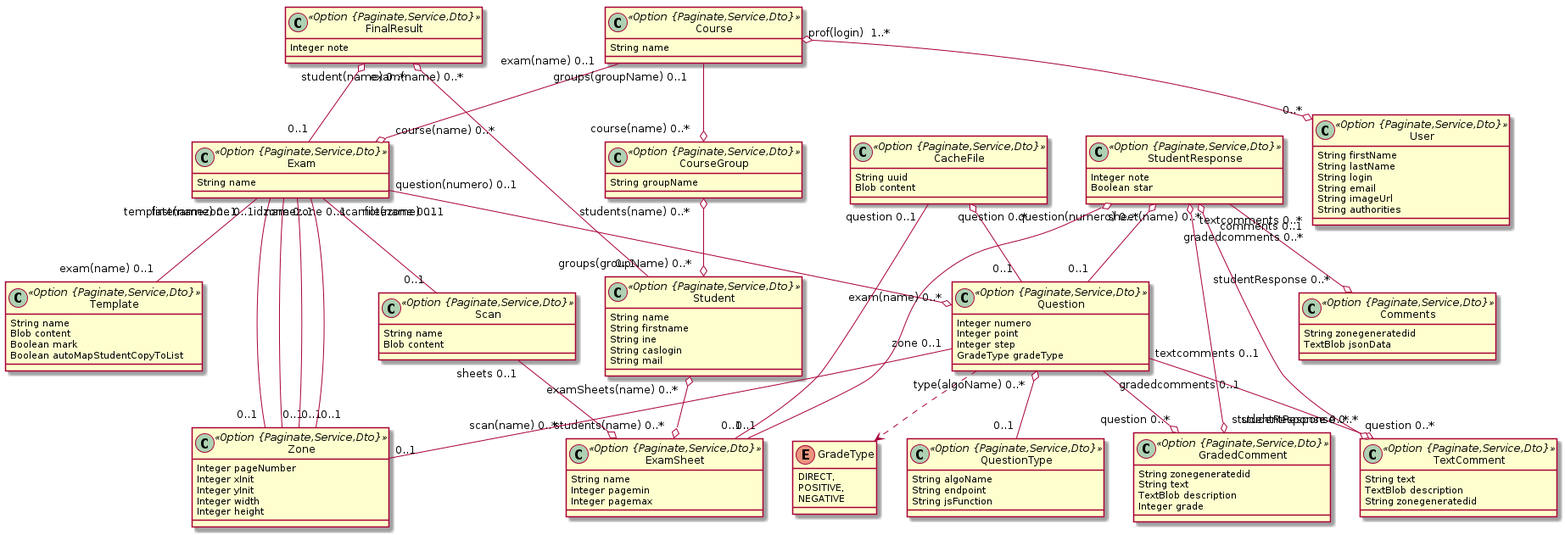
Above: model.png in correctexam/corrigeExamBack (PlantUML), before the change.
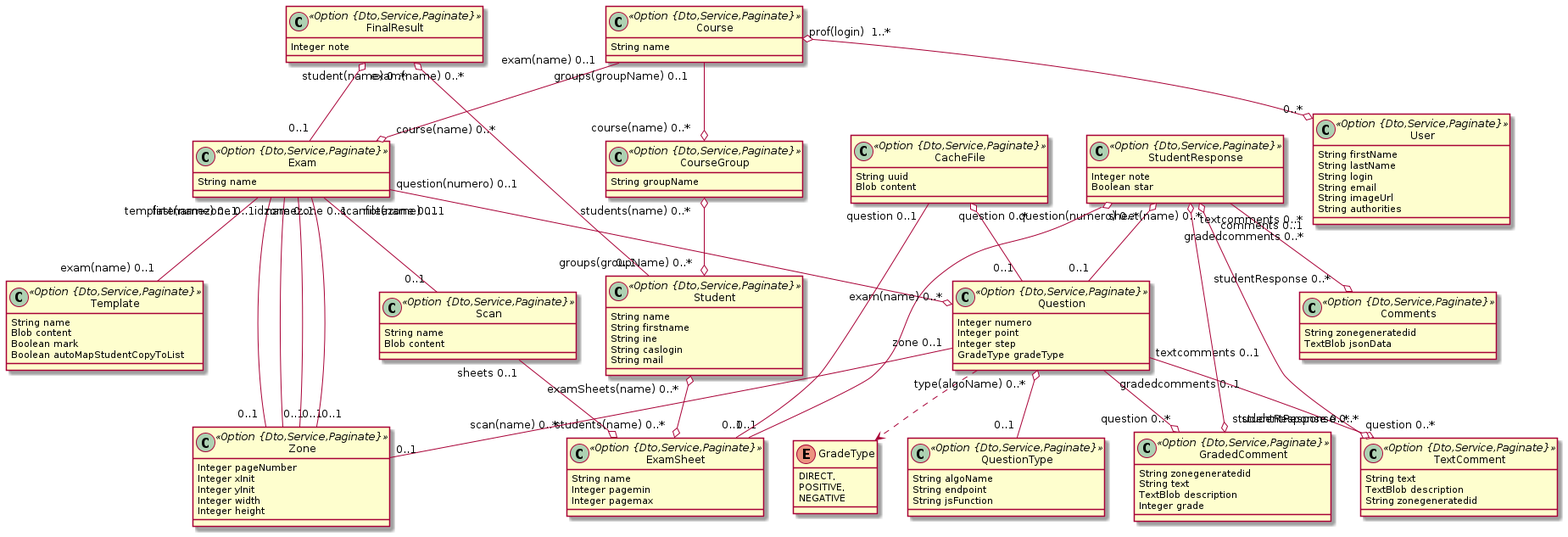
Above is the later version.

Change to the diagram source:
```diff
@@ -1,28 +1,28 @@
 @startuml
 	!pragma syntax class
-	class Course <<Option {Paginate,Service,Dto}>> {
+	class Course <<Option {Dto,Service,Paginate}>> {
 		String name
 	}
-	class CourseGroup <<Option {Paginate,Service,Dto}>> {
+	class CourseGroup <<Option {Dto,Service,Paginate}>> {
 		String groupName
 	}
-	class Student <<Option {Paginate,Service,Dto}>> {
+	class Student <<Option {Dto,Service,Paginate}>> {
 		String name
 		String firstname
 		String ine
 		String caslogin
 		String mail
 	}
-	class Exam <<Option {Paginate,Service,Dto}>> {
+	class Exam <<Option {Dto,Service,Paginate}>> {
 		String name
 	}
-	class Template <<Option {Paginate,Service,Dto}>> {
+	class Template <<Option {Dto,Service,Paginate}>> {
 		String name
 		Blob content
 		Boolean mark
 		Boolean autoMapStudentCopyToList
 	}
-	class Question <<Option {Paginate,Service,Dto}>> {
+	class Question <<Option {Dto,Service,Paginate}>> {
 		Integer numero
 		Integer point
 		Integer step
@@ -34,50 +34,50 @@
 		POSITIVE,
 		NEGATIVE
 	}
-	class QuestionType <<Option {Paginate,Service,Dto}>> {
+	class QuestionType <<Option {Dto,Service,Paginate}>> {
 		String algoName
 		String endpoint
 		String jsFunction
 	}
-	class ExamSheet <<Option {Paginate,Service,Dto}>> {
+	class ExamSheet <<Option {Dto,Service,Paginate}>> {
 		String name
 		Integer pagemin
 		Integer pagemax
 	}
-	class Scan <<Option {Paginate,Service,Dto}>> {
+	class Scan <<Option {Dto,Service,Paginate}>> {
 		String name
 		Blob content
 	}
-	class FinalResult <<Option {Paginate,Service,Dto}>> {
+	class FinalResult <<Option {Dto,Service,Paginate}>> {
 		Integer note
 	}
-	class StudentResponse <<Option {Paginate,Service,Dto}>> {
+	class StudentResponse <<Option {Dto,Service,Paginate}>> {
 		Integer note
 		Boolean star
 	}
-	class TextComment <<Option {Paginate,Service,Dto}>> {
+	class TextComment <<Option {Dto,Service,Paginate}>> {
 		String text
 		TextBlob description
 		String zonegeneratedid
 	}
-	class GradedComment <<Option {Paginate,Service,Dto}>> {
+	class GradedComment <<Option {Dto,Service,Paginate}>> {
 		String zonegeneratedid
 		String text
 		TextBlob description
 		Integer grade
 	}
-	class Comments <<Option {Paginate,Service,Dto}>> {
+	class Comments <<Option {Dto,Service,Paginate}>> {
 		String zonegeneratedid
 		TextBlob jsonData
 	}
-	class Zone <<Option {Paginate,Service,Dto}>> {
+	class Zone <<Option {Dto,Service,Paginate}>> {
 		Integer pageNumber
 		Integer xInit
 		Integer yInit
 		Integer width
 		Integer height
 	}
-	class CacheFile <<Option {Paginate,Service,Dto}>> {
+	class CacheFile <<Option {Dto,Service,Paginate}>> {
 		String uuid
 		Blob content
 	}
@@ -107,7 +107,7 @@
 	Exam  "notezone 0..1 " -- "0..1 "  Zone
 	Exam  "scanfile(name) 0..1 " -- "0..1 "  Scan
 	CacheFile  "question 0..1 " -- "0..1 "  ExamSheet
-	class User <<Option {Paginate,Service,Dto}>> {
+	class User <<Option {Dto,Service,Paginate}>> {
 		String firstName
 		String lastName
 		String login
```
